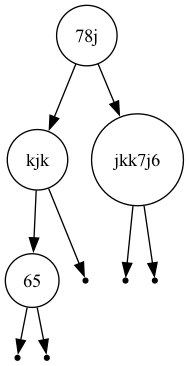
Earlier version of the Graphviz export tree.png (SharQawyCS/Optimal-Binary-Search-Tree). Its source is kept beside it as tree.dot.
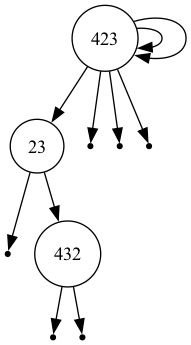
The same diagram one commit later.

Change to the diagram source:
```diff
@@ -1,16 +1,19 @@
 digraph OBST {
   node [shape=circle];
-  "78j" -> "kjk";
-  "kjk" -> "65";
+  "423" -> "23";
   null0 [shape=point];
-  "65" -> null0;
+  "23" -> null0;
+  "23" -> "432";
   null1 [shape=point];
-  "65" -> null1;
+  "432" -> null1;
   null2 [shape=point];
-  "kjk" -> null2;
-  "78j" -> "jkk7j6";
+  "432" -> null2;
+  "423" -> "423";
   null3 [shape=point];
-  "jkk7j6" -> null3;
+  "423" -> null3;
+  "423" -> "423";
   null4 [shape=point];
-  "jkk7j6" -> null4;
+  "423" -> null4;
+  null5 [shape=point];
+  "423" -> null5;
 }
```
